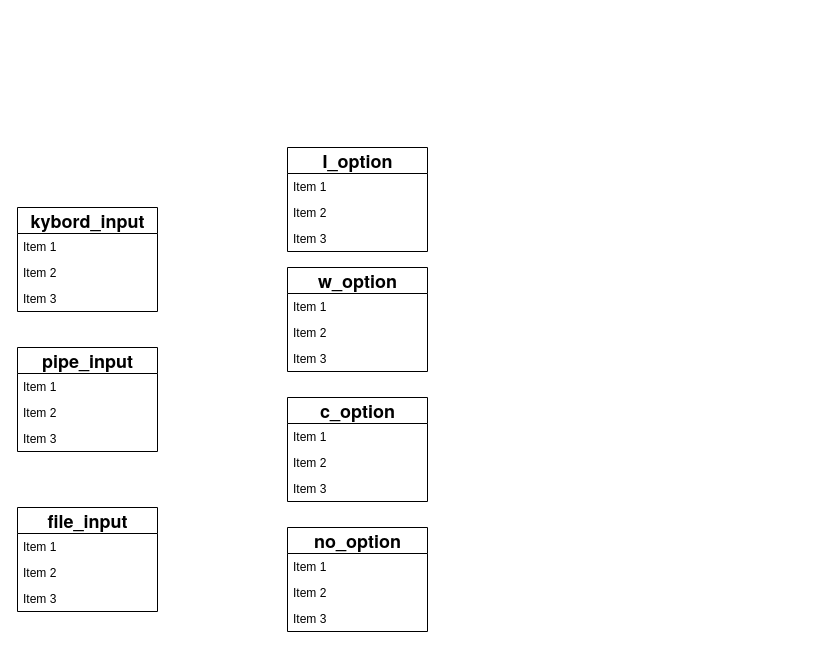
Before: wcコマンド.drawio in namacosansan/ER, a draw.io diagram. Source tidied: cells renumbered, new cells numbered last; positions are measured from the earlier drawing's top-left corner, leaving out a move shared by most shapes. Both pictures are drawn from the tidied source at 100%, with x=0, y=0 at pixel (17, 147).
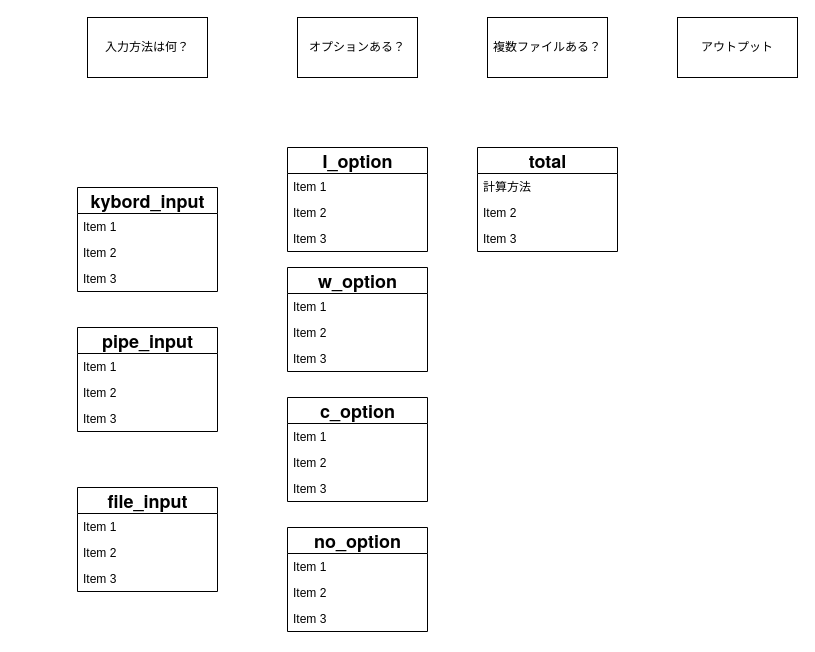
Above is the later version.

Commit message (it also covers changes not shown here):
wcコマンド.drawio を更新します

Change to the diagram source:
```diff
@@
     <mxCell id="2" value="&lt;p style=&quot;margin: 0px; font-variant-numeric: normal; font-variant-east-asian: normal; font-variant-alternates: normal; font-size-adjust: none; font-kerning: auto; font-optical-sizing: auto; font-feature-settings: normal; font-variation-settings: normal; font-variant-position: normal; font-variant-emoji: normal; font-stretch: normal; font-size: 18px; line-height: normal; font-family: &amp;quot;Helvetica Neue&amp;quot;; text-align: start; text-wrap-mode: wrap;&quot; class=&quot;p1&quot;&gt;&lt;b&gt;kybord_input&lt;/b&gt;&lt;/p&gt;" style="swimlane;fontStyle=0;horizontal=1;startSize=26;fillColor=none;html=1;" parent="1" vertex="1">
-      <mxGeometry y="60" width="140" height="104" as="geometry" />
+      <mxGeometry x="60" y="40" width="140" height="104" as="geometry" />
     </mxCell>
@@
     <mxCell id="6" value="&lt;p style=&quot;margin: 0px; font-variant-numeric: normal; font-variant-east-asian: normal; font-variant-alternates: normal; font-size-adjust: none; font-kerning: auto; font-optical-sizing: auto; font-feature-settings: normal; font-variation-settings: normal; font-variant-position: normal; font-variant-emoji: normal; font-stretch: normal; font-size: 18px; line-height: normal; font-family: &amp;quot;Helvetica Neue&amp;quot;; text-align: start; text-wrap-mode: wrap;&quot; class=&quot;p1&quot;&gt;&lt;b&gt;pipe_input&lt;/b&gt;&lt;/p&gt;" style="swimlane;fontStyle=0;horizontal=1;startSize=26;fillColor=none;html=1;" parent="1" vertex="1">
-      <mxGeometry y="200" width="140" height="104" as="geometry" />
+      <mxGeometry x="60" y="180" width="140" height="104" as="geometry" />
     </mxCell>
@@
     <mxCell id="10" value="&lt;p style=&quot;margin: 0px; font-variant-numeric: normal; font-variant-east-asian: normal; font-variant-alternates: normal; font-size-adjust: none; font-kerning: auto; font-optical-sizing: auto; font-feature-settings: normal; font-variation-settings: normal; font-variant-position: normal; font-variant-emoji: normal; font-stretch: normal; font-size: 18px; line-height: normal; font-family: &amp;quot;Helvetica Neue&amp;quot;; text-align: start; text-wrap-mode: wrap;&quot; class=&quot;p1&quot;&gt;&lt;b&gt;file_input&lt;/b&gt;&lt;/p&gt;" style="swimlane;fontStyle=0;horizontal=1;startSize=26;fillColor=none;html=1;" parent="1" vertex="1">
-      <mxGeometry y="360" width="140" height="104" as="geometry" />
+      <mxGeometry x="60" y="340" width="140" height="104" as="geometry" />
     </mxCell>
@@
+    <mxCell id="30" value="入力方法は何？" style="whiteSpace=wrap;html=1;align=center;newEdgeStyle={&quot;edgeStyle&quot;:&quot;elbowEdgeStyle&quot;,&quot;startArrow&quot;:&quot;none&quot;,&quot;endArrow&quot;:&quot;none&quot;};" parent="1" vertex="1">
+      <mxGeometry x="70" y="-130" width="120" height="60" as="geometry" />
+    </mxCell>
+    <mxCell id="31" value="オプションある？" style="whiteSpace=wrap;html=1;align=center;newEdgeStyle={&quot;edgeStyle&quot;:&quot;elbowEdgeStyle&quot;,&quot;startArrow&quot;:&quot;none&quot;,&quot;endArrow&quot;:&quot;none&quot;};" parent="1" vertex="1">
+      <mxGeometry x="280" y="-130" width="120" height="60" as="geometry" />
+    </mxCell>
+    <mxCell id="32" value="複数ファイルある？" style="whiteSpace=wrap;html=1;align=center;newEdgeStyle={&quot;edgeStyle&quot;:&quot;elbowEdgeStyle&quot;,&quot;startArrow&quot;:&quot;none&quot;,&quot;endArrow&quot;:&quot;none&quot;};" parent="1" vertex="1">
+      <mxGeometry x="470" y="-130" width="120" height="60" as="geometry" />
+    </mxCell>
+    <mxCell id="33" value="アウトプット" style="whiteSpace=wrap;html=1;align=center;newEdgeStyle={&quot;edgeStyle&quot;:&quot;elbowEdgeStyle&quot;,&quot;startArrow&quot;:&quot;none&quot;,&quot;endArrow&quot;:&quot;none&quot;};" parent="1" vertex="1">
+      <mxGeometry x="660" y="-130" width="120" height="60" as="geometry" />
+    </mxCell>
+    <mxCell id="34" value="&lt;p style=&quot;margin: 0px; font-variant-numeric: normal; font-variant-east-asian: normal; font-variant-alternates: normal; font-size-adjust: none; font-kerning: auto; font-optical-sizing: auto; font-feature-settings: normal; font-variation-settings: normal; font-variant-position: normal; font-variant-emoji: normal; font-stretch: normal; font-size: 18px; line-height: normal; font-family: &amp;quot;Helvetica Neue&amp;quot;; text-align: start; text-wrap-mode: wrap;&quot; class=&quot;p1&quot;&gt;&lt;b&gt;total&lt;/b&gt;&lt;/p&gt;" style="swimlane;fontStyle=0;horizontal=1;startSize=26;fillColor=none;html=1;" parent="1" vertex="1">
+      <mxGeometry x="460" width="140" height="104" as="geometry" />
+    </mxCell>
+    <mxCell id="35" value="計算方法" style="text;strokeColor=none;fillColor=none;align=left;verticalAlign=top;spacingLeft=4;spacingRight=4;overflow=hidden;whiteSpace=wrap;html=1;" parent="34" vertex="1">
+      <mxGeometry y="26" width="140" height="26" as="geometry" />
+    </mxCell>
+    <mxCell id="36" value="Item 2" style="text;strokeColor=none;fillColor=none;align=left;verticalAlign=top;spacingLeft=4;spacingRight=4;overflow=hidden;whiteSpace=wrap;html=1;" parent="34" vertex="1">
+      <mxGeometry y="52" width="140" height="26" as="geometry" />
+    </mxCell>
+    <mxCell id="37" value="Item 3" style="text;strokeColor=none;fillColor=none;align=left;verticalAlign=top;spacingLeft=4;spacingRight=4;overflow=hidden;whiteSpace=wrap;html=1;" parent="34" vertex="1">
+      <mxGeometry y="78" width="140" height="26" as="geometry" />
+    </mxCell>
```
